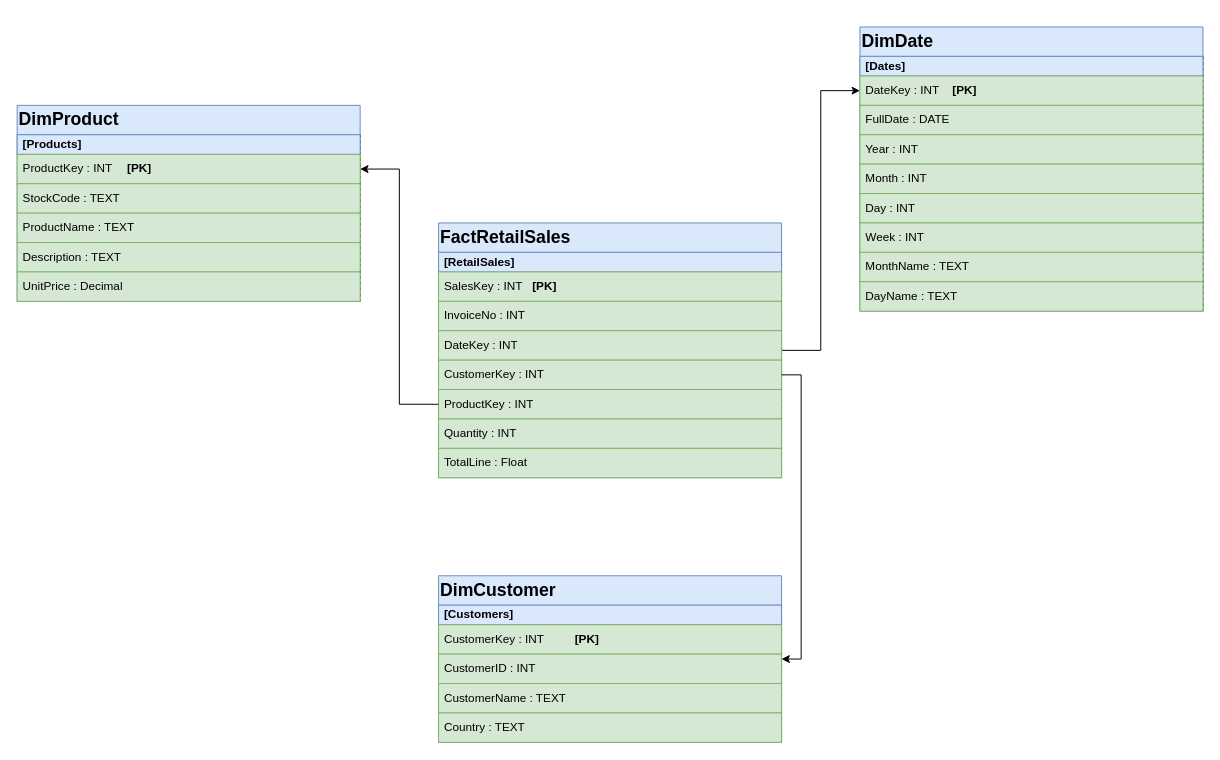
yossef-elmahdy/technical-assessment keeps this draw.io diagram as dwh-design/oneline-retail-dwh.drawio. Above is the earlier version. Source tidied: cells renumbered, new cells numbered last; positions are measured from the earlier drawing's top-left corner, leaving out a move shared by most shapes. Both pictures are drawn from the tidied source at 98%, with x=0, y=0 at pixel (17, 26).
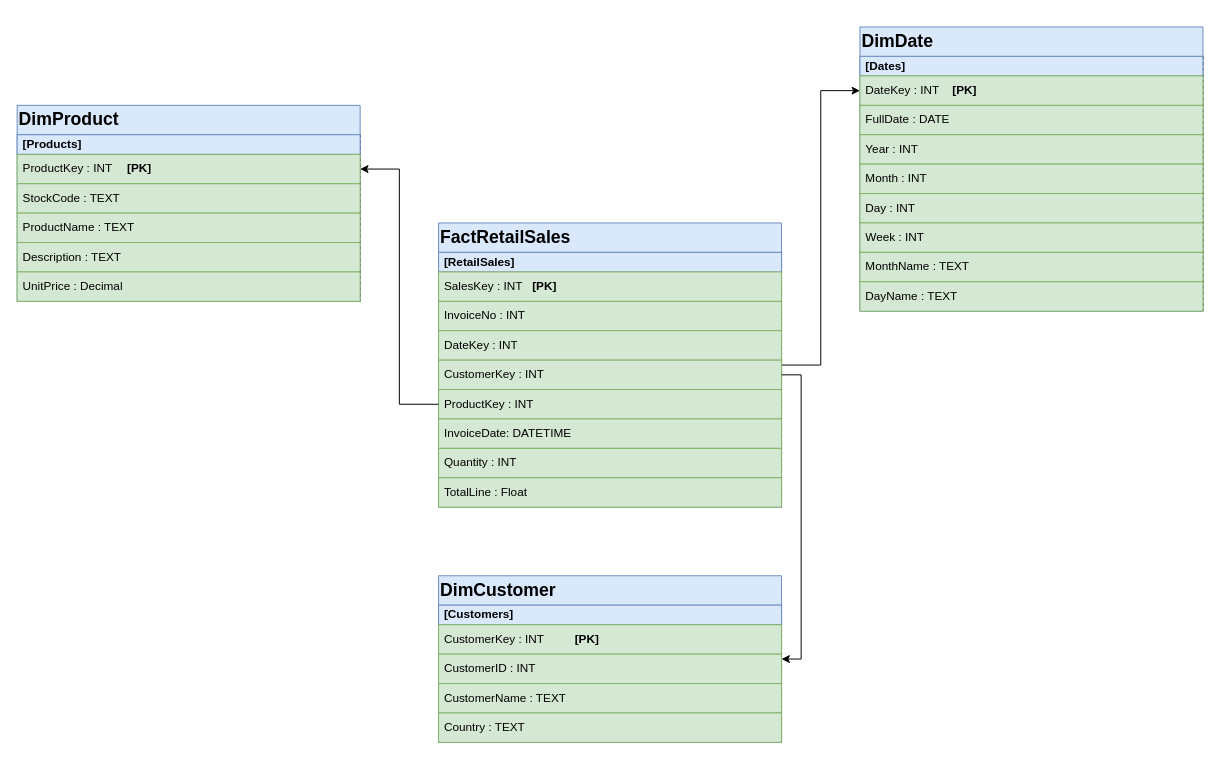
After the change.

Commit message (it also covers changes not shown here):
data_warehouse_build: add "InvoiceDate" column to the fact table

The edit, as a diff of the source:
```diff
@@
     <mxCell id="26" value="&lt;h2&gt;FactRetailSales&lt;/h2&gt;" style="swimlane;fontStyle=0;horizontal=1;startSize=30;whiteSpace=wrap;html=1;rounded=0;glass=0;shadow=0;separatorColor=#141414;fillColor=#dae8fc;strokeColor=#6c8ebf;align=left;" parent="1" vertex="1">
-      <mxGeometry x="430" y="200" width="350" height="260" as="geometry" />
+      <mxGeometry x="430" y="200" width="350" height="290" as="geometry" />
     </mxCell>
@@
+    <mxCell id="37" value="InvoiceDate: DATETIME" style="text;strokeColor=#82b366;fillColor=#d5e8d4;align=left;verticalAlign=middle;spacingLeft=4;spacingRight=4;overflow=hidden;whiteSpace=wrap;html=1;fontStyle=0;" parent="26" vertex="1">
+      <mxGeometry y="200" width="350" height="30" as="geometry" />
+    </mxCell>
     <mxCell id="33" value="Quantity : INT" style="text;strokeColor=#82b366;fillColor=#d5e8d4;align=left;verticalAlign=middle;spacingLeft=4;spacingRight=4;overflow=hidden;whiteSpace=wrap;html=1;fontStyle=0;" parent="26" vertex="1">
-      <mxGeometry y="200" width="350" height="30" as="geometry" />
+      <mxGeometry y="230" width="350" height="30" as="geometry" />
     </mxCell>
     <mxCell id="34" value="TotalLine : Float&amp;nbsp;" style="text;strokeColor=#82b366;fillColor=#d5e8d4;align=left;verticalAlign=middle;spacingLeft=4;spacingRight=4;overflow=hidden;whiteSpace=wrap;html=1;fontStyle=0;" parent="26" vertex="1">
-      <mxGeometry y="230" width="350" height="30" as="geometry" />
+      <mxGeometry y="260" width="350" height="30" as="geometry" />
     </mxCell>
```
